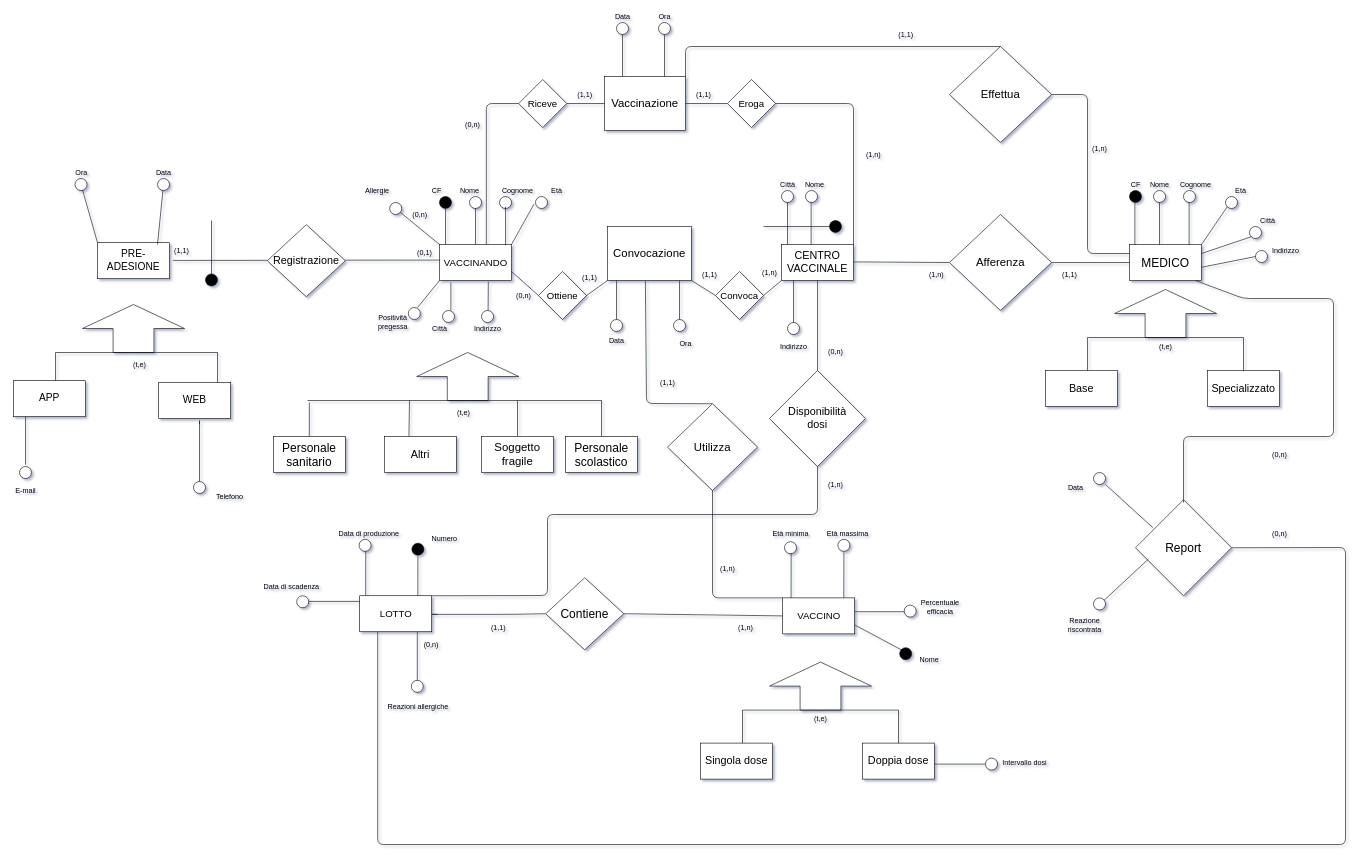
Above: bd/Schema E/ERconcettuale.drawio in shaggyishere/VaccineDatabase (draw.io), before the change. Source tidied: cells renumbered, new cells numbered last; positions are measured from the earlier drawing's top-left corner, leaving out a move shared by most shapes. Both pictures are drawn from the tidied source at 60%, with x=0, y=0 at pixel (10, 10).
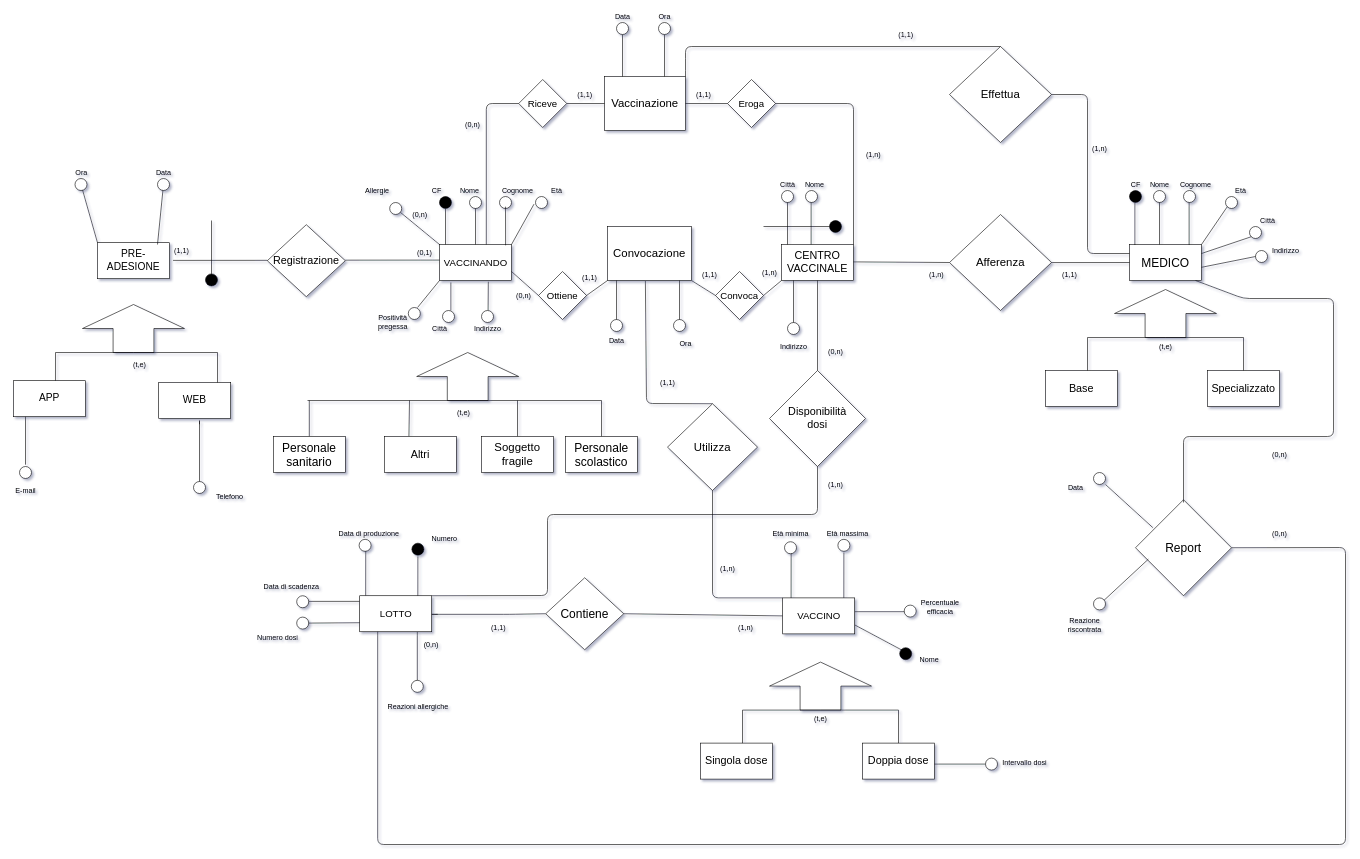
After the change.

Unchanged cells that the change refers to:
```xml
<mxCell id="132" style="rounded=0;whiteSpace=wrap;html=1;" parent="1" vertex="1">
  <mxGeometry x="582" y="975.4" width="120" height="60" as="geometry" />
</mxCell>
<mxCell id="140" value="&lt;font style=&quot;font-size: 20px&quot;&gt;Personale sanitario&lt;/font&gt;" style="whiteSpace=wrap;html=1;strokeWidth=1;fillColor=#FFFFFF;" parent="1" vertex="1">
  <mxGeometry x="438" y="710" width="120" height="60" as="geometry" />
</mxCell>
```

Change to the diagram source:
```diff
@@
     <mxCell id="138" style="endArrow=none;html=1;exitX=0.5;exitY=0;exitDx=0;exitDy=0;" parent="1" edge="1" source="140">
       <mxGeometry relative="1" as="geometry">
-        <mxPoint x="498" y="653" as="targetPoint" />
+        <mxPoint x="498" y="650" as="targetPoint" />
       </mxGeometry>
     </mxCell>
@@
+    <mxCell id="214" style="endArrow=none;html=1;entryX=0;entryY=0.75;entryDx=0;entryDy=0;startArrow=none;" parent="1" edge="1" source="215" target="132">
+      <mxGeometry relative="1" as="geometry" />
+    </mxCell>
+    <mxCell id="215" style="ellipse;whiteSpace=wrap;html=1;strokeWidth=1;fillColor=#FFFFFF;" parent="1" vertex="1">
+      <mxGeometry x="477" y="1011" width="20" height="20" as="geometry" />
+    </mxCell>
+    <mxCell id="216" value="&lt;div&gt;Numero dosi&lt;/div&gt;" style="text;html=1;align=center;verticalAlign=middle;strokeColor=none;" parent="1" vertex="1">
+      <mxGeometry x="405" y="1035.4" width="80" height="20" as="geometry" />
+    </mxCell>
```
